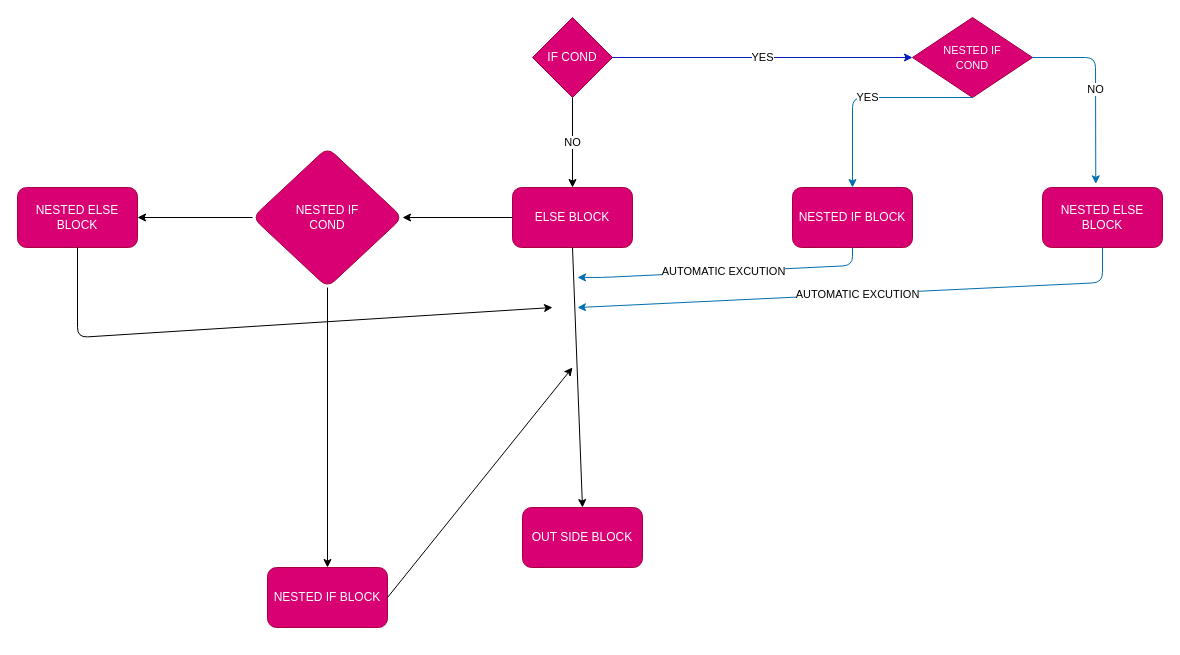
The draw.io diagram java/4.Decision making/NestedIf-Else.dio in debasishsahoo/JAVA-ALL, before the edit. Source tidied: cells renumbered, new cells numbered last; positions are measured from the earlier drawing's top-left corner, leaving out a move shared by most shapes. Both pictures are drawn from the tidied source at 100%, with x=0, y=0 at pixel (17, 17).
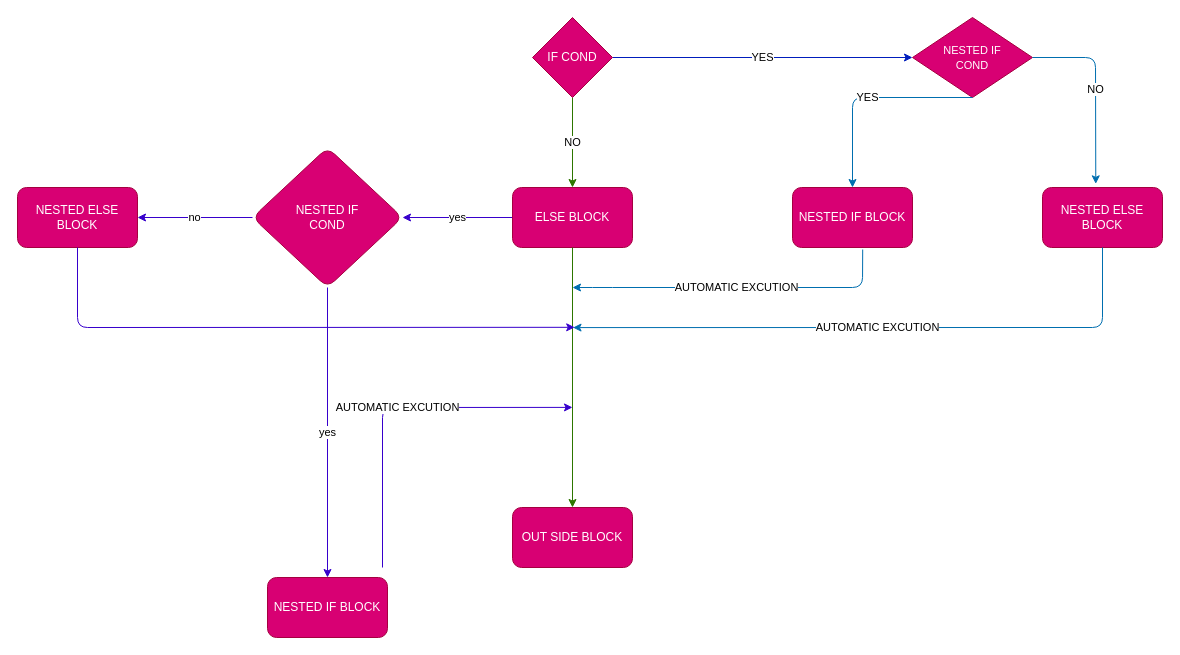
The same page after the edit.

The change refers to these unchanged cells:
```xml
<mxCell id="4" value="IF COND" style="rhombus;whiteSpace=wrap;html=1;fillColor=#d80073;fontColor=#ffffff;strokeColor=#A50040;gradientColor=none;" parent="1" vertex="1">
  <mxGeometry x="515" width="80" height="80" as="geometry" />
</mxCell>
<mxCell id="7" value="ELSE BLOCK" style="rounded=1;whiteSpace=wrap;html=1;fillColor=#d80073;fontColor=#ffffff;strokeColor=#A50040;gradientColor=none;" parent="1" vertex="1">
  <mxGeometry x="495" y="170" width="120" height="60" as="geometry" />
</mxCell>
<mxCell id="8" value="NESTED IF BLOCK" style="rounded=1;whiteSpace=wrap;html=1;fillColor=#d80073;fontColor=#ffffff;strokeColor=#A50040;gradientColor=none;" parent="1" vertex="1">
  <mxGeometry x="775" y="170" width="120" height="60" as="geometry" />
</mxCell>
<mxCell id="9" value="NESTED ELSE BLOCK" style="rounded=1;whiteSpace=wrap;html=1;fillColor=#d80073;fontColor=#ffffff;strokeColor=#A50040;gradientColor=none;" parent="1" vertex="1">
  <mxGeometry x="1025" y="170" width="120" height="60" as="geometry" />
</mxCell>
<mxCell id="18" value="NESTED IF&lt;br&gt;COND" style="rhombus;whiteSpace=wrap;html=1;fillColor=#d80073;strokeColor=#A50040;fontColor=#ffffff;rounded=1;gradientColor=none;" parent="1" vertex="1">
  <mxGeometry x="235" y="130" width="150" height="140" as="geometry" />
</mxCell>
<mxCell id="20" value="NESTED ELSE BLOCK" style="rounded=1;whiteSpace=wrap;html=1;fillColor=#d80073;strokeColor=#A50040;fontColor=#ffffff;gradientColor=none;" parent="1" vertex="1">
  <mxGeometry y="170" width="120" height="60" as="geometry" />
</mxCell>
```

What changed in the source:
```diff
@@
-<mxGraphModel>
+<mxGraphModel background="#ffffff">
@@
-    <mxCell id="3" value="NO" style="edgeStyle=none;html=1;" parent="1" edge="1" source="4" target="7">
+    <mxCell id="3" value="NO" style="edgeStyle=none;html=1;fillColor=#60a917;strokeColor=#2D7600;" parent="1" edge="1" source="4" target="7">
       <mxGeometry relative="1" as="geometry" />
     </mxCell>
@@
-    <mxCell id="6" style="edgeStyle=none;html=1;fontSize=11;" parent="1" edge="1" source="7" target="18">
+    <mxCell id="6" value="yes" style="edgeStyle=none;html=1;fontSize=11;fillColor=#6a00ff;strokeColor=#3700CC;" parent="1" edge="1" source="7" target="18">
       <mxGeometry relative="1" as="geometry" />
     </mxCell>
@@
     <mxCell id="10" value="OUT SIDE BLOCK" style="rounded=1;whiteSpace=wrap;html=1;fillColor=#d80073;fontColor=#ffffff;strokeColor=#A50040;gradientColor=none;" parent="1" vertex="1">
-      <mxGeometry x="505" y="490" width="120" height="60" as="geometry" />
+      <mxGeometry x="495" y="490" width="120" height="60" as="geometry" />
     </mxCell>
@@
-    <mxCell id="13" style="endArrow=classic;html=1;entryX=0.5;entryY=0;entryDx=0;entryDy=0;exitX=0.5;exitY=1;exitDx=0;exitDy=0;" parent="1" edge="1" source="7" target="10">
+    <mxCell id="13" style="endArrow=classic;html=1;entryX=0.5;entryY=0;entryDx=0;entryDy=0;exitX=0.5;exitY=1;exitDx=0;exitDy=0;fillColor=#60a917;strokeColor=#2D7600;" parent="1" edge="1" source="7" target="10">
       <mxGeometry relative="1" as="geometry" />
     </mxCell>
-    <mxCell id="14" value="AUTOMATIC EXCUTION" style="endArrow=classic;html=1;entryX=0.5;entryY=0.115;entryDx=0;entryDy=0;entryPerimeter=0;exitX=0.5;exitY=1;exitDx=0;exitDy=0;exitPerimeter=0;fillColor=#1ba1e2;strokeColor=#006EAF;" parent="1" edge="1" source="8" target="13">
+    <mxCell id="14" value="AUTOMATIC EXCUTION" style="endArrow=classic;html=1;exitX=0.585;exitY=1.034;exitDx=0;exitDy=0;exitPerimeter=0;fillColor=#1ba1e2;strokeColor=#006EAF;" parent="1" edge="1" source="8">
       <mxGeometry relative="1" as="geometry">
+        <mxPoint x="555" y="270" as="targetPoint" />
         <Array as="points">
-          <mxPoint x="835" y="248" />
-          <mxPoint x="585" y="260" />
+          <mxPoint x="845" y="270" />
+          <mxPoint x="585" y="270" />
         </Array>
       </mxGeometry>
     </mxCell>
-    <mxCell id="15" value="AUTOMATIC EXCUTION" style="endArrow=classic;html=1;exitX=0.5;exitY=1;exitDx=0;exitDy=0;entryX=0.5;entryY=0.231;entryDx=0;entryDy=0;entryPerimeter=0;fillColor=#1ba1e2;strokeColor=#006EAF;" parent="1" edge="1" source="9" target="13">
+    <mxCell id="15" value="AUTOMATIC EXCUTION" style="endArrow=classic;html=1;exitX=0.5;exitY=1;exitDx=0;exitDy=0;entryX=0.5;entryY=0.308;entryDx=0;entryDy=0;entryPerimeter=0;fillColor=#1ba1e2;strokeColor=#006EAF;" parent="1" edge="1" source="9" target="13">
       <mxGeometry relative="1" as="geometry">
         <Array as="points">
-          <mxPoint x="1085" y="265" />
+          <mxPoint x="1085" y="310" />
         </Array>
       </mxGeometry>
     </mxCell>
-    <mxCell id="16" style="edgeStyle=none;html=1;fontSize=11;" parent="1" edge="1" source="18" target="19">
+    <mxCell id="16" value="yes" style="edgeStyle=none;html=1;fontSize=11;fillColor=#6a00ff;strokeColor=#3700CC;" parent="1" edge="1" source="18" target="19">
       <mxGeometry relative="1" as="geometry" />
     </mxCell>
-    <mxCell id="17" style="edgeStyle=none;html=1;fontSize=11;" parent="1" edge="1" source="18" target="20">
+    <mxCell id="17" value="no" style="edgeStyle=none;html=1;fontSize=11;fillColor=#6a00ff;strokeColor=#3700CC;" parent="1" edge="1" source="18" target="20">
       <mxGeometry relative="1" as="geometry" />
     </mxCell>
@@
     <mxCell id="19" value="NESTED IF BLOCK" style="rounded=1;whiteSpace=wrap;html=1;fillColor=#d80073;strokeColor=#A50040;fontColor=#ffffff;gradientColor=none;" parent="1" vertex="1">
-      <mxGeometry x="250" y="550" width="120" height="60" as="geometry" />
+      <mxGeometry x="250" y="560" width="120" height="60" as="geometry" />
     </mxCell>
@@
-    <mxCell id="21" style="endArrow=classic;html=1;fontSize=11;exitX=0.5;exitY=1;exitDx=0;exitDy=0;" parent="1" edge="1" source="20">
+    <mxCell id="21" style="endArrow=classic;html=1;fontSize=11;exitX=0.5;exitY=1;exitDx=0;exitDy=0;entryX=2.205;entryY=0.307;entryDx=0;entryDy=0;entryPerimeter=0;fillColor=#6a00ff;strokeColor=#3700CC;" parent="1" edge="1" source="20" target="13">
       <mxGeometry relative="1" as="geometry">
-        <mxPoint x="535" y="290" as="targetPoint" />
         <Array as="points">
-          <mxPoint x="60" y="320" />
+          <mxPoint x="60" y="310" />
         </Array>
       </mxGeometry>
     </mxCell>
-    <mxCell id="22" style="endArrow=classic;html=1;fontSize=11;exitX=1;exitY=0.5;exitDx=0;exitDy=0;" parent="1" edge="1" source="19">
+    <mxCell id="22" value="AUTOMATIC EXCUTION" style="endArrow=classic;html=1;fontSize=11;entryX=0;entryY=0.615;entryDx=0;entryDy=0;entryPerimeter=0;fillColor=#6a00ff;strokeColor=#3700CC;" parent="1" edge="1" target="13">
       <mxGeometry relative="1" as="geometry">
-        <mxPoint x="555" y="350" as="targetPoint" />
+        <mxPoint x="365" y="550" as="sourcePoint" />
+        <Array as="points">
+          <mxPoint x="365" y="390" />
+        </Array>
       </mxGeometry>
     </mxCell>
```
